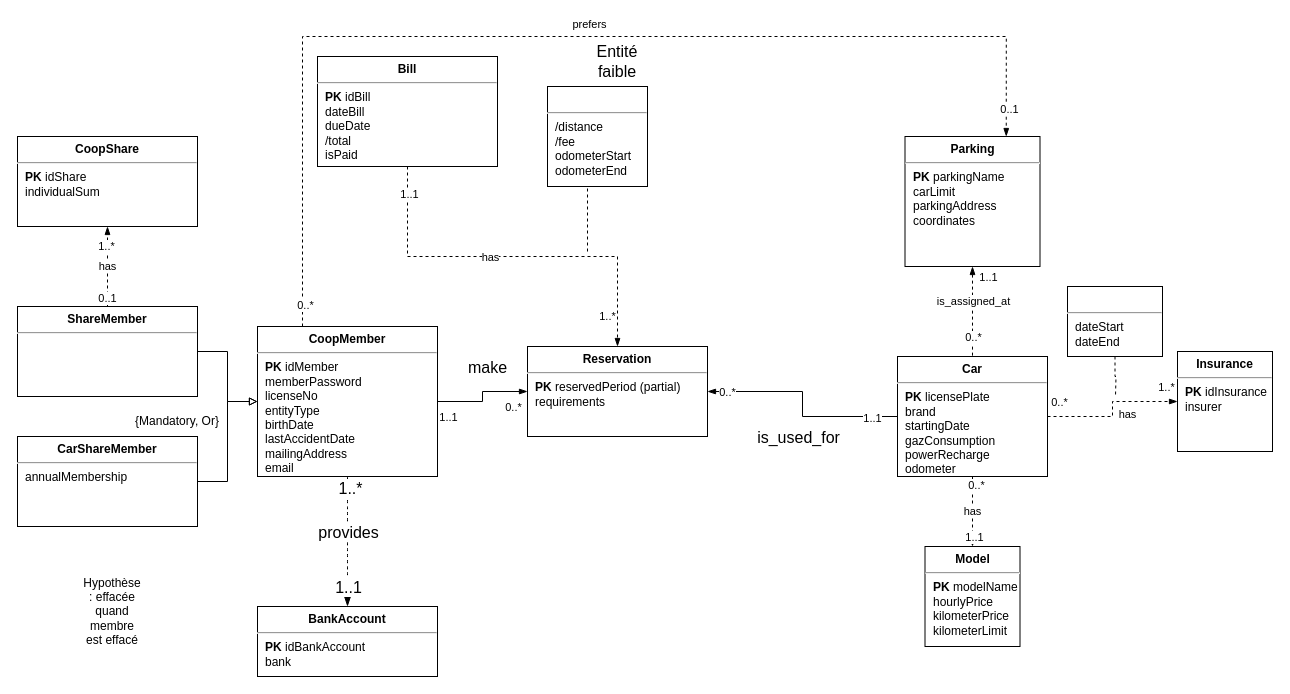
Before: page "Juliette" (2 of 2) of TP4.drawio in aquarex20/TP_3710, a draw.io diagram. Source tidied: cells renumbered, new cells numbered last; positions are measured from the earlier drawing's top-left corner, leaving out a move shared by most shapes. Both pictures are drawn from the tidied source at 100%, with x=0, y=0 at pixel (17, 36).
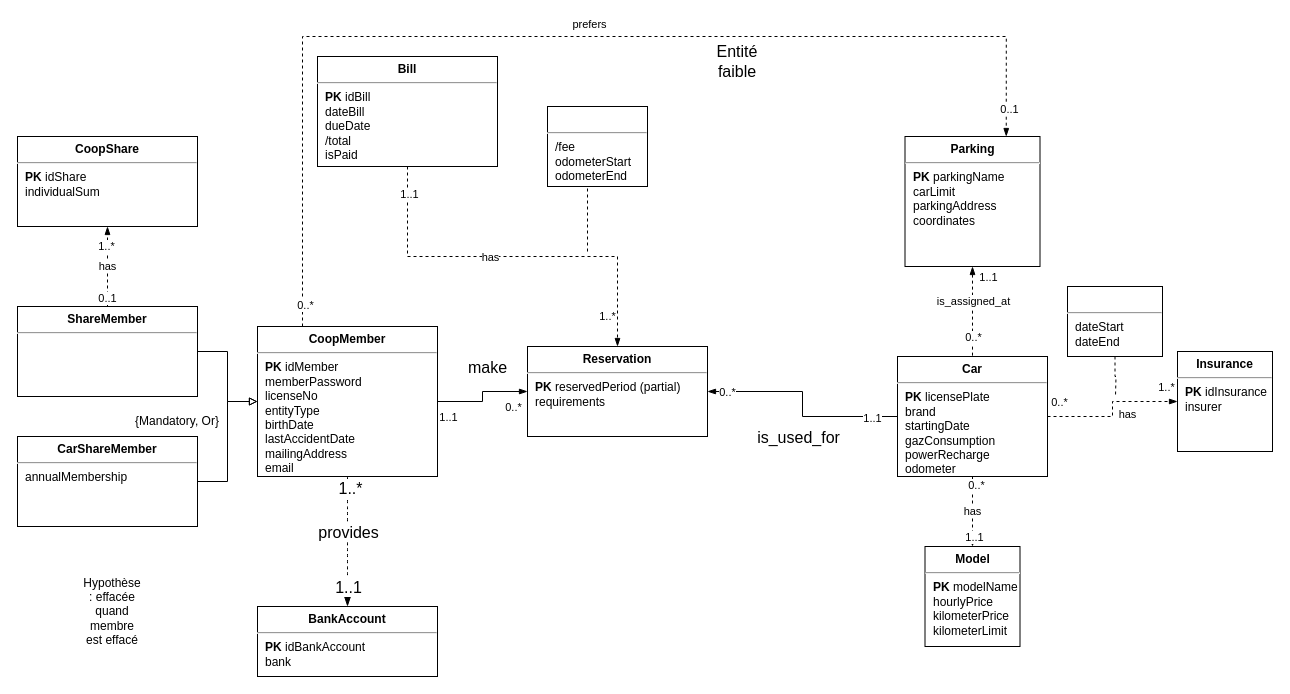
After the change.

The edit, as a diff of the source:
```diff
@@
-    <mxCell id="29" value="&lt;p style=&quot;margin:0px;margin-top:6px;text-align:center;&quot;&gt;&lt;br&gt;&lt;/p&gt;&lt;hr&gt;&lt;p style=&quot;margin:0px;margin-left:8px;&quot;&gt;&lt;span style=&quot;background-color: initial;&quot;&gt;/distance&lt;/span&gt;&lt;br&gt;&lt;/p&gt;&lt;p style=&quot;margin:0px;margin-left:8px;&quot;&gt;/fee&lt;/p&gt;&lt;p style=&quot;border-color: var(--border-color); margin: 0px 0px 0px 8px;&quot;&gt;odometerStart&lt;/p&gt;&lt;p style=&quot;border-color: var(--border-color); margin: 0px 0px 0px 8px;&quot;&gt;odometerEnd&lt;/p&gt;" style="align=left;overflow=fill;html=1;" parent="1" vertex="1">
-      <mxGeometry x="530" y="50" width="100" height="100" as="geometry" />
+    <mxCell id="29" value="&lt;p style=&quot;margin:0px;margin-top:6px;text-align:center;&quot;&gt;&lt;br&gt;&lt;/p&gt;&lt;hr&gt;&lt;p style=&quot;margin:0px;margin-left:8px;&quot;&gt;&lt;span style=&quot;background-color: initial;&quot;&gt;/fee&lt;/span&gt;&lt;br&gt;&lt;/p&gt;&lt;p style=&quot;border-color: var(--border-color); margin: 0px 0px 0px 8px;&quot;&gt;odometerStart&lt;/p&gt;&lt;p style=&quot;border-color: var(--border-color); margin: 0px 0px 0px 8px;&quot;&gt;odometerEnd&lt;/p&gt;" style="align=left;overflow=fill;html=1;" parent="1" vertex="1">
+      <mxGeometry x="530" y="70" width="100" height="80" as="geometry" />
     </mxCell>
@@
     <mxCell id="49" value="Entité faible" style="text;html=1;strokeColor=none;fillColor=none;align=center;verticalAlign=middle;whiteSpace=wrap;rounded=0;fontSize=16;" parent="1" vertex="1">
-      <mxGeometry x="570" y="10" width="60" height="30" as="geometry" />
+      <mxGeometry x="690" y="10" width="60" height="30" as="geometry" />
     </mxCell>
```
